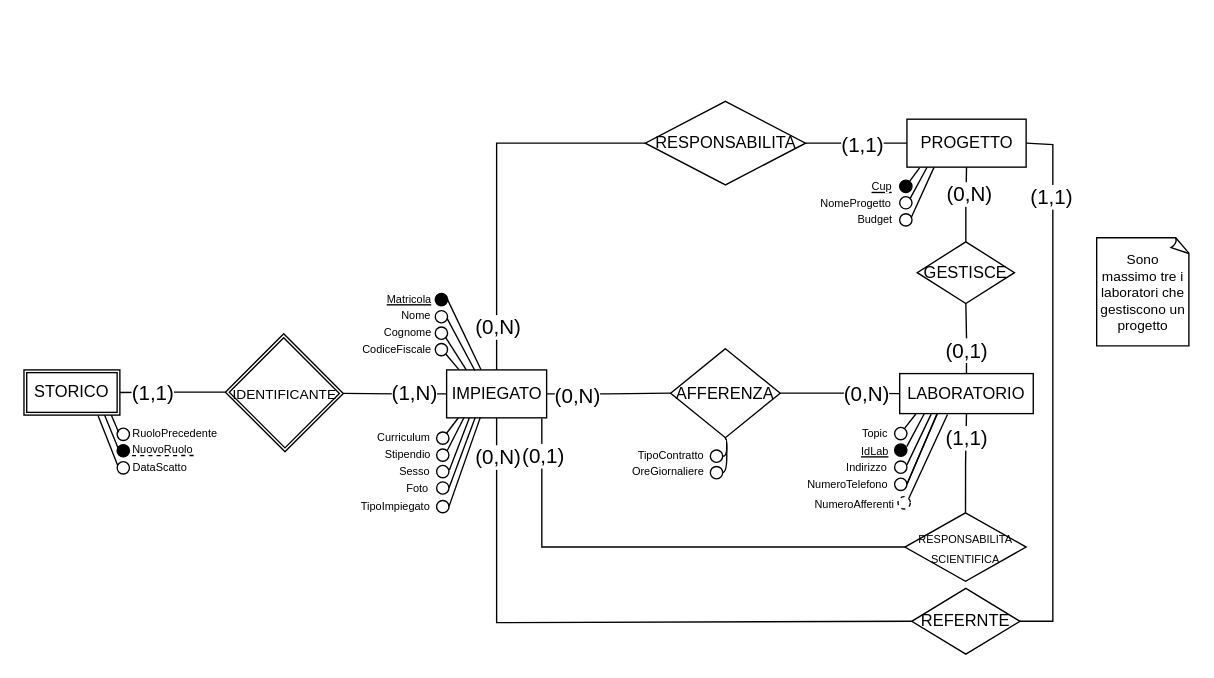
Before: DIAGRAMMI E MAPPING/Ristrutturato/Ristrutturato_E:R.drawio in terrecruis/Progetto-Azienda, a draw.io diagram. Source tidied: cells renumbered, new cells numbered last; positions are measured from the earlier drawing's top-left corner, leaving out a move shared by most shapes. Both pictures are drawn from the tidied source at 137%, with x=0, y=0 at pixel (23, 100).
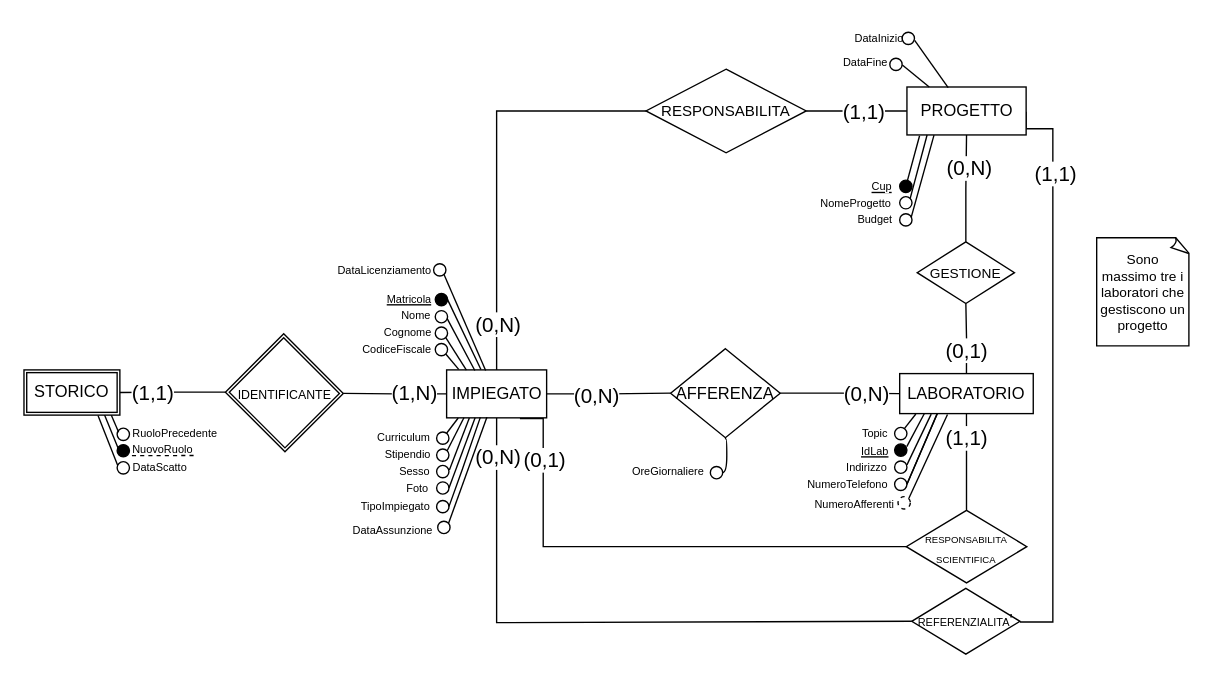
After the change.

The change refers to these unchanged cells:
```xml
<mxCell id="4" style="edgeStyle=orthogonalEdgeStyle;rounded=0;jettySize=auto;html=1;endArrow=none;endFill=0;endSize=6;jumpStyle=none;align=center;exitX=1;exitY=0.5;exitDx=0;exitDy=0;labelBackgroundColor=none;fontColor=default;" parent="1" edge="1" source="31" target="12">
  <mxGeometry relative="1" as="geometry" />
</mxCell>
<mxCell id="12" value="AFFERENZA" style="rhombus;whiteSpace=wrap;html=1;rounded=0;labelBackgroundColor=none;" parent="1" vertex="1">
  <mxGeometry x="472" y="181" width="80" height="65" as="geometry" />
</mxCell>
<mxCell id="31" value="IMPIEGATO" style="rounded=0;whiteSpace=wrap;html=1;labelBackgroundColor=none;" parent="1" vertex="1">
  <mxGeometry x="308.5" y="196.5" width="73" height="35" as="geometry" />
</mxCell>
<mxCell id="96" style="ellipse;whiteSpace=wrap;html=1;" parent="1" vertex="1">
  <mxGeometry x="301.2" y="291.8" width="9" height="9" as="geometry" />
</mxCell>
<mxCell id="98" value="&lt;font style=&quot;font-size: 8px;&quot;&gt;&lt;u&gt;Matricola&lt;/u&gt;&lt;/font&gt;" style="text;html=1;align=center;verticalAlign=middle;points=[];strokeColor=none;fillColor=none;fontSize=15;" parent="1" vertex="1">
  <mxGeometry x="256" y="127" width="50" height="30" as="geometry" />
</mxCell>
```

The edit, as a diff of the source:
```diff
@@
     <mxCell id="5" value="&lt;font style=&quot;font-size: 15px;&quot;&gt;(0,N)&lt;/font&gt;" style="edgeLabel;html=1;align=center;verticalAlign=middle;" parent="4" vertex="1">
       <mxGeometry x="-0.58" y="1" relative="1" as="geometry">
-        <mxPoint x="3" y="1" as="offset" />
+        <mxPoint x="17" y="1" as="offset" />
       </mxGeometry>
     </mxCell>
@@
-    <mxCell id="15" value="GESTISCE" style="rhombus;whiteSpace=wrap;html=1;rounded=0;labelBackgroundColor=none;" parent="1" vertex="1">
+    <mxCell id="15" value="&lt;font style=&quot;font-size: 10px;&quot;&gt;GESTIONE&lt;/font&gt;" style="rhombus;whiteSpace=wrap;html=1;rounded=0;labelBackgroundColor=none;" parent="1" vertex="1">
       <mxGeometry x="652" y="103" width="71" height="45" as="geometry" />
     </mxCell>
     <mxCell id="16" style="edgeStyle=orthogonalEdgeStyle;jettySize=auto;html=1;endArrow=none;endFill=0;rounded=0;labelBackgroundColor=none;fontColor=default;exitX=0.5;exitY=0;exitDx=0;exitDy=0;entryX=0;entryY=0.5;entryDx=0;entryDy=0;" parent="1" edge="1" source="31" target="20">
-      <mxGeometry relative="1" as="geometry" />
+      <mxGeometry relative="1" as="geometry">
+        <Array as="points">
+          <mxPoint x="345" y="7" />
+          <mxPoint x="454" y="7" />
+        </Array>
+      </mxGeometry>
     </mxCell>
@@
-    <mxCell id="20" value="RESPONSABILITA" style="rhombus;whiteSpace=wrap;html=1;rounded=0;labelBackgroundColor=none;" parent="1" vertex="1">
-      <mxGeometry x="453.5" y="0.5" width="117" height="61" as="geometry" />
+    <mxCell id="20" value="&lt;font style=&quot;font-size: 11px;&quot;&gt;RESPONSABILITA&lt;/font&gt;" style="rhombus;whiteSpace=wrap;html=1;rounded=0;labelBackgroundColor=none;" parent="1" vertex="1">
+      <mxGeometry x="454" y="-23" width="117" height="61" as="geometry" />
     </mxCell>
-    <mxCell id="21" value="REFERNTE" style="rhombus;whiteSpace=wrap;html=1;rounded=0;labelBackgroundColor=none;fillColor=default;" parent="1" vertex="1">
+    <mxCell id="21" value="&lt;font style=&quot;font-size: 8px;&quot;&gt;REFERENZIALITA&lt;/font&gt;'" style="rhombus;whiteSpace=wrap;html=1;rounded=0;labelBackgroundColor=none;fillColor=default;" parent="1" vertex="1">
       <mxGeometry x="648" y="356" width="79" height="48" as="geometry" />
     </mxCell>
@@
-    <mxCell id="24" style="endArrow=none;html=1;exitX=1;exitY=0.5;exitDx=0;exitDy=0;entryX=1;entryY=0.5;entryDx=0;entryDy=0;edgeStyle=orthogonalEdgeStyle;rounded=0;labelBackgroundColor=none;fontColor=default;" parent="1" edge="1" source="21" target="33">
+    <mxCell id="24" style="endArrow=none;html=1;exitX=1;exitY=0.5;exitDx=0;exitDy=0;entryX=1;entryY=0.5;entryDx=0;entryDy=0;edgeStyle=orthogonalEdgeStyle;rounded=0;labelBackgroundColor=none;fontColor=default;" parent="1" edge="1">
       <mxGeometry relative="1" as="geometry">
+        <mxPoint x="727" y="380.5" as="sourcePoint" />
+        <mxPoint x="731.5" y="8" as="targetPoint" />
         <Array as="points">
-          <mxPoint x="751" y="380" />
-          <mxPoint x="751" y="32" />
-          <mxPoint x="731" y="32" />
+          <mxPoint x="751" y="380.5" />
+          <mxPoint x="751" y="20.5" />
+          <mxPoint x="732" y="20.5" />
         </Array>
       </mxGeometry>
     </mxCell>
     <mxCell id="25" value="(1,1)" style="edgeLabel;html=1;align=center;verticalAlign=middle;fontSize=15;" parent="24" vertex="1">
       <mxGeometry x="0.88" y="-1" relative="1" as="geometry">
-        <mxPoint x="-3" y="33" as="offset" />
+        <mxPoint x="8" y="33" as="offset" />
       </mxGeometry>
     </mxCell>
     <mxCell id="26" style="endArrow=none;html=1;entryX=0;entryY=0.5;entryDx=0;entryDy=0;edgeStyle=orthogonalEdgeStyle;rounded=0;labelBackgroundColor=none;fontColor=default;" parent="1" edge="1" target="28">
       <mxGeometry relative="1" as="geometry">
-        <mxPoint x="378" y="232" as="sourcePoint" />
+        <mxPoint x="362" y="232" as="sourcePoint" />
         <Array as="points">
-          <mxPoint x="378" y="325" />
+          <mxPoint x="379" y="232" />
+          <mxPoint x="379" y="326" />
         </Array>
       </mxGeometry>
     </mxCell>
     <mxCell id="27" value="(0,1)" style="edgeLabel;html=1;align=center;verticalAlign=middle;fontSize=15;" parent="26" vertex="1">
       <mxGeometry x="-0.9" y="-2" relative="1" as="geometry">
-        <mxPoint x="2" y="8" as="offset" />
+        <mxPoint x="2" y="27" as="offset" />
       </mxGeometry>
     </mxCell>
-    <mxCell id="28" value="&lt;font style=&quot;font-size: 8px;&quot;&gt;RESPONSABILITA&lt;br&gt;SCIENTIFICA&lt;/font&gt;" style="rhombus;whiteSpace=wrap;html=1;rounded=0;labelBackgroundColor=none;" parent="1" vertex="1">
-      <mxGeometry x="643" y="300.8" width="88.5" height="50" as="geometry" />
+    <mxCell id="28" value="&lt;font style=&quot;font-size: 7px;&quot;&gt;RESPONSABILITA&lt;br&gt;SCIENTIFICA&lt;/font&gt;" style="rhombus;whiteSpace=wrap;html=1;rounded=0;labelBackgroundColor=none;" parent="1" vertex="1">
+      <mxGeometry x="644" y="299" width="88" height="53" as="geometry" />
     </mxCell>
@@
     <mxCell id="33" value="PROGETTO" style="rounded=0;whiteSpace=wrap;html=1;labelBackgroundColor=none;" parent="1" vertex="1">
-      <mxGeometry x="644.5" y="13.5" width="87" height="35" as="geometry" />
+      <mxGeometry x="644.5" y="-10" width="87" height="35" as="geometry" />
     </mxCell>
@@
-    <mxCell id="83" value="&lt;font style=&quot;font-size: 10px;&quot;&gt;IDENTIFICANTE&lt;/font&gt;" style="text;html=1;align=center;verticalAlign=middle;strokeColor=none;fillColor=none;" parent="1" vertex="1">
-      <mxGeometry x="140" y="198.5" width="100" height="30" as="geometry" />
+    <mxCell id="83" value="&lt;font style=&quot;font-size: 9px;&quot;&gt;IDENTIFICANTE&lt;/font&gt;" style="text;html=1;align=center;verticalAlign=middle;strokeColor=none;fillColor=none;" parent="1" vertex="1">
+      <mxGeometry x="147" y="200.5" width="86" height="26" as="geometry" />
     </mxCell>
@@
-    <mxCell id="89" style="ellipse;whiteSpace=wrap;html=1;" parent="1" vertex="1">
-      <mxGeometry x="501" y="255" width="9" height="9" as="geometry" />
-    </mxCell>
@@
-    <mxCell id="91" style="endArrow=none;html=1;rounded=0;curved=1;exitX=0.5;exitY=1;exitDx=0;exitDy=0;entryX=1;entryY=0.5;entryDx=0;entryDy=0;edgeStyle=orthogonalEdgeStyle;" parent="1" edge="1" source="12" target="89">
-      <mxGeometry relative="1" as="geometry">
-        <Array as="points">
-          <mxPoint x="513" y="247" />
-          <mxPoint x="513" y="260" />
-        </Array>
-      </mxGeometry>
-    </mxCell>
@@
-    <mxCell id="93" value="TipoContratto" style="text;html=1;align=center;verticalAlign=middle;strokeColor=none;fillColor=none;fontSize=8;" parent="1" vertex="1">
-      <mxGeometry x="439" y="248" width="66" height="22" as="geometry" />
-    </mxCell>
@@
     <mxCell id="97" style="endArrow=none;html=1;rounded=0;fontSize=15;entryX=0.337;entryY=0.99;entryDx=0;entryDy=0;entryPerimeter=0;exitX=1;exitY=0.5;exitDx=0;exitDy=0;" parent="1" edge="1" source="96" target="31">
-      <mxGeometry relative="1" as="geometry" />
+      <mxGeometry relative="1" as="geometry">
+        <Array as="points">
+          <mxPoint x="320" y="269" />
+        </Array>
+      </mxGeometry>
     </mxCell>
@@
+    <mxCell id="107" style="endArrow=none;html=1;rounded=0;fontSize=15;entryX=0.337;entryY=0.99;entryDx=0;entryDy=0;entryPerimeter=0;" parent="1" edge="1">
+      <mxGeometry relative="1" as="geometry">
+        <mxPoint x="309" y="311" as="sourcePoint" />
+        <mxPoint x="337.9" y="231" as="targetPoint" />
+      </mxGeometry>
+    </mxCell>
+    <mxCell id="108" style="ellipse;whiteSpace=wrap;html=1;" parent="1" vertex="1">
+      <mxGeometry x="302" y="307" width="9" height="9" as="geometry" />
+    </mxCell>
+    <mxCell id="109" value="DataAssunzione" style="text;html=1;align=center;verticalAlign=middle;strokeColor=none;fillColor=none;fontSize=8;" parent="1" vertex="1">
+      <mxGeometry x="231" y="303" width="76" height="22" as="geometry" />
+    </mxCell>
+    <mxCell id="110" style="endArrow=none;html=1;rounded=0;entryX=1.004;entryY=-0.033;entryDx=0;entryDy=0;entryPerimeter=0;" parent="1" edge="1" target="98">
+      <mxGeometry relative="1" as="geometry">
+        <mxPoint x="337" y="197" as="sourcePoint" />
+      </mxGeometry>
+    </mxCell>
+    <mxCell id="111" style="ellipse;whiteSpace=wrap;html=1;" parent="1" vertex="1">
+      <mxGeometry x="299" y="119" width="9" height="9" as="geometry" />
+    </mxCell>
+    <mxCell id="112" value="DataLicenziamento" style="text;html=1;align=center;verticalAlign=middle;strokeColor=none;fillColor=none;fontSize=8;" parent="1" vertex="1">
+      <mxGeometry x="220" y="113" width="86" height="22" as="geometry" />
+    </mxCell>
+    <mxCell id="113" style="endArrow=none;html=1;rounded=0;fontSize=8;exitX=0.187;exitY=0.001;exitDx=0;exitDy=0;exitPerimeter=0;entryX=1.043;entryY=0.588;entryDx=0;entryDy=0;entryPerimeter=0;" parent="1" edge="1" source="33" target="117">
+      <mxGeometry relative="1" as="geometry" />
+    </mxCell>
+    <mxCell id="114" style="endArrow=none;html=1;rounded=0;fontSize=8;exitX=0.346;exitY=0.013;exitDx=0;exitDy=0;exitPerimeter=0;entryX=0.984;entryY=0.545;entryDx=0;entryDy=0;entryPerimeter=0;" parent="1" edge="1" source="33" target="118">
+      <mxGeometry relative="1" as="geometry" />
+    </mxCell>
+    <mxCell id="115" style="ellipse;whiteSpace=wrap;html=1;" parent="1" vertex="1">
+      <mxGeometry x="632" y="-31" width="9" height="9" as="geometry" />
+    </mxCell>
+    <mxCell id="116" style="ellipse;whiteSpace=wrap;html=1;" parent="1" vertex="1">
+      <mxGeometry x="641" y="-50" width="9" height="9" as="geometry" />
+    </mxCell>
+    <mxCell id="117" value="DataFine" style="text;html=1;align=center;verticalAlign=middle;points=[];strokeColor=none;fillColor=none;fontSize=8;" parent="1" vertex="1">
+      <mxGeometry x="589" y="-39" width="50" height="22" as="geometry" />
+    </mxCell>
+    <mxCell id="118" value="DataInizio&lt;br&gt;" style="text;html=1;align=center;verticalAlign=middle;points=[];strokeColor=none;fillColor=none;fontSize=8;" parent="1" vertex="1">
+      <mxGeometry x="597" y="-56" width="54" height="22" as="geometry" />
+    </mxCell>
```
